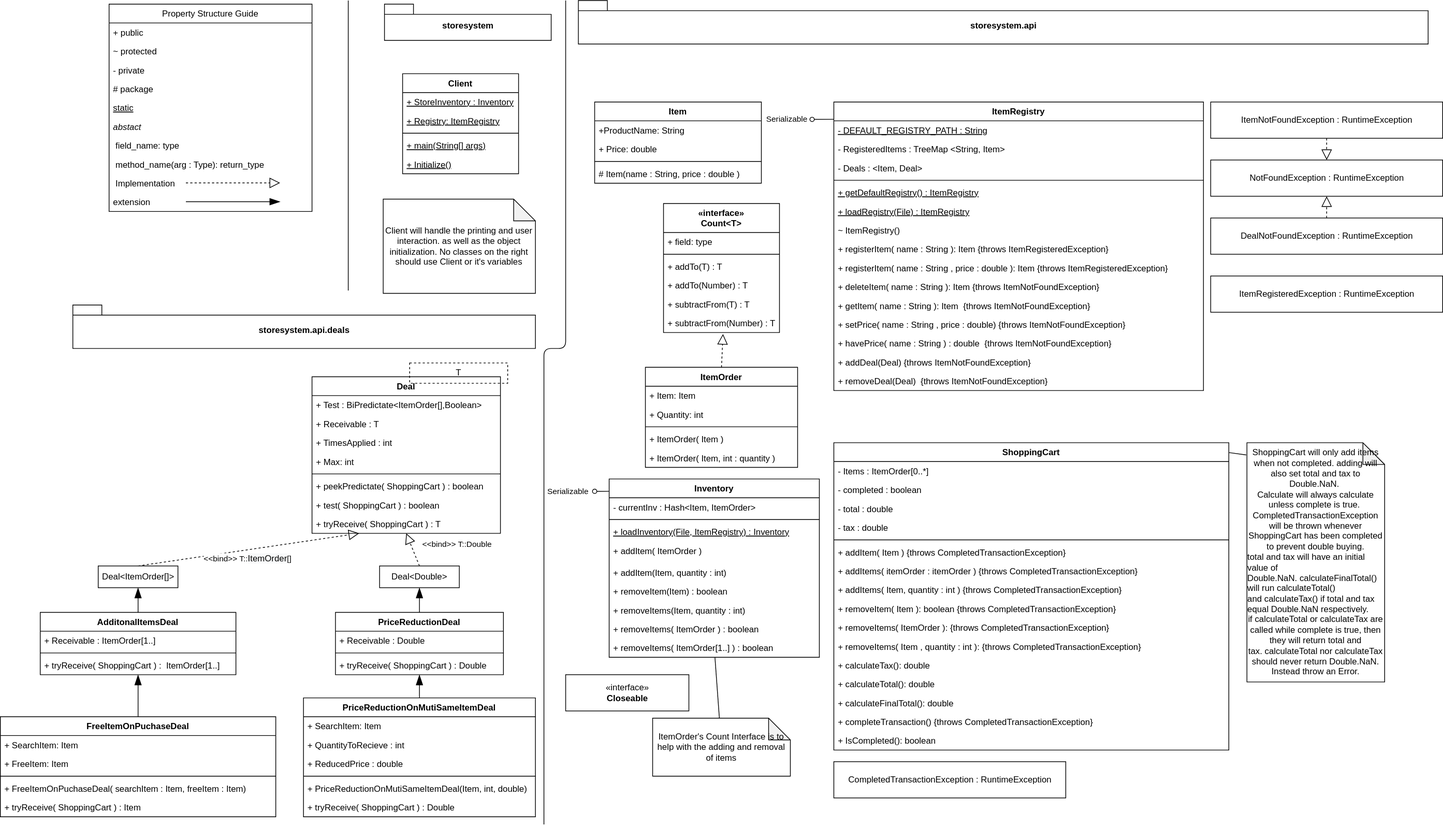
merlin2v/StoreSystem keeps this draw.io diagram as Diagram.svg. Above is the earlier version. Source tidied: cells renumbered, new cells last; positions are measured from the earlier drawing's top-left corner, leaving out a move shared by most shapes.
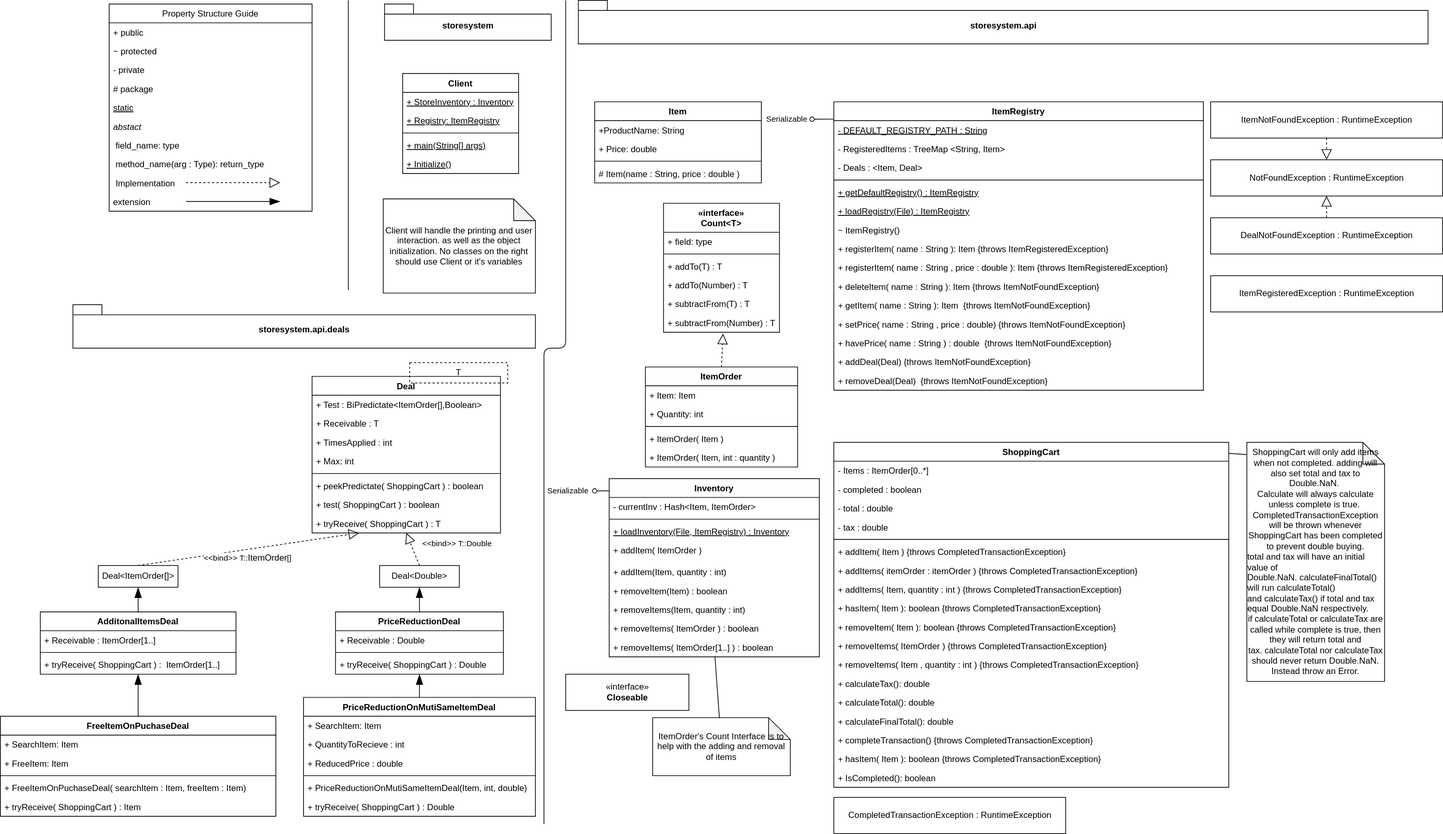
After the change.

The edit, as a diff of the source:
```diff
@@ -36,7 +36,7 @@
       <mxGeometry y="112" width="210" height="26" as="geometry" />
     </mxCell>
     <mxCell id="13" value="ShoppingCart" style="swimlane;fontStyle=1;align=center;verticalAlign=top;horizontal=1;startSize=26;fontFamily=Helvetica;" parent="1" vertex="1">
-      <mxGeometry x="1150" y="610" width="545" height="424" as="geometry" />
+      <mxGeometry x="1150" y="610" width="545" height="476" as="geometry" />
     </mxCell>
     <mxCell id="14" value="- Items : ItemOrder[0..*]" style="font-family=monospace;text;strokeColor=none;fillColor=none;align=left;verticalAlign=top;spacingLeft=4;spacingRight=4;overflow=hidden;fontFamily=Helvetica;" parent="13" vertex="1">
       <mxGeometry y="26" width="545" height="26" as="geometry" />
@@ -62,29 +62,35 @@
     <mxCell id="21" value="+ addItems( Item, quantity : int ) {throws CompletedTransactionException}" style="text;strokeColor=none;fillColor=none;align=left;verticalAlign=top;spacingLeft=4;spacingRight=4;overflow=hidden;fontFamily=Helvetica;" parent="13" vertex="1">
       <mxGeometry y="190" width="545" height="26" as="geometry" />
     </mxCell>
-    <mxCell id="22" value="+ removeItem( Item ): boolean {throws CompletedTransactionException}" style="text;strokeColor=none;fillColor=none;align=left;verticalAlign=top;spacingLeft=4;spacingRight=4;overflow=hidden;startSize=26;" parent="13" vertex="1">
+    <mxCell id="22" value="+ hasItem( Item ): boolean {throws CompletedTransactionException}" style="text;strokeColor=none;fillColor=none;align=left;verticalAlign=top;spacingLeft=4;spacingRight=4;overflow=hidden;startSize=26;" parent="13" vertex="1">
       <mxGeometry y="216" width="545" height="26" as="geometry" />
     </mxCell>
+    <mxCell id="145" value="+ removeItem( Item ): boolean {throws CompletedTransactionException}" style="text;strokeColor=none;fillColor=none;align=left;verticalAlign=top;spacingLeft=4;spacingRight=4;overflow=hidden;startSize=26;" parent="13" vertex="1">
+      <mxGeometry y="242" width="545" height="26" as="geometry" />
+    </mxCell>
-    <mxCell id="23" value="+ removeItems( ItemOrder ): {throws CompletedTransactionException}" style="text;strokeColor=none;fillColor=none;align=left;verticalAlign=top;spacingLeft=4;spacingRight=4;overflow=hidden;startSize=26;" parent="13" vertex="1">
-      <mxGeometry y="242" width="545" height="26" as="geometry" />
+    <mxCell id="23" value="+ removeItems( ItemOrder ) {throws CompletedTransactionException}" style="text;strokeColor=none;fillColor=none;align=left;verticalAlign=top;spacingLeft=4;spacingRight=4;overflow=hidden;startSize=26;" parent="13" vertex="1">
+      <mxGeometry y="268" width="545" height="26" as="geometry" />
     </mxCell>
-    <mxCell id="24" value="+ removeItems( Item , quantity : int ): {throws CompletedTransactionException}" style="text;strokeColor=none;fillColor=none;align=left;verticalAlign=top;spacingLeft=4;spacingRight=4;overflow=hidden;startSize=26;" parent="13" vertex="1">
-      <mxGeometry y="268" width="545" height="26" as="geometry" />
+    <mxCell id="24" value="+ removeItems( Item , quantity : int ) {throws CompletedTransactionException}" style="text;strokeColor=none;fillColor=none;align=left;verticalAlign=top;spacingLeft=4;spacingRight=4;overflow=hidden;startSize=26;" parent="13" vertex="1">
+      <mxGeometry y="294" width="545" height="26" as="geometry" />
     </mxCell>
     <mxCell id="25" value="+ calculateTax(): double" style="text;strokeColor=none;fillColor=none;align=left;verticalAlign=top;spacingLeft=4;spacingRight=4;overflow=hidden;startSize=26;" parent="13" vertex="1">
-      <mxGeometry y="294" width="545" height="26" as="geometry" />
+      <mxGeometry y="320" width="545" height="26" as="geometry" />
     </mxCell>
     <mxCell id="26" value="+ calculateTotal(): double" style="text;strokeColor=none;fillColor=none;align=left;verticalAlign=top;spacingLeft=4;spacingRight=4;overflow=hidden;startSize=26;" parent="13" vertex="1">
-      <mxGeometry y="320" width="545" height="26" as="geometry" />
+      <mxGeometry y="346" width="545" height="26" as="geometry" />
     </mxCell>
     <mxCell id="27" value="+ calculateFinalTotal(): double" style="text;strokeColor=none;fillColor=none;align=left;verticalAlign=top;spacingLeft=4;spacingRight=4;overflow=hidden;startSize=26;" parent="13" vertex="1">
-      <mxGeometry y="346" width="545" height="26" as="geometry" />
+      <mxGeometry y="372" width="545" height="26" as="geometry" />
     </mxCell>
     <mxCell id="28" value="+ completeTransaction() {throws CompletedTransactionException}" style="text;strokeColor=none;fillColor=none;align=left;verticalAlign=top;spacingLeft=4;spacingRight=4;overflow=hidden;startSize=26;" parent="13" vertex="1">
-      <mxGeometry y="372" width="545" height="26" as="geometry" />
+      <mxGeometry y="398" width="545" height="26" as="geometry" />
     </mxCell>
+    <mxCell id="146" value="+ hasItem( Item ): boolean {throws CompletedTransactionException}" style="text;strokeColor=none;fillColor=none;align=left;verticalAlign=top;spacingLeft=4;spacingRight=4;overflow=hidden;startSize=26;" parent="13" vertex="1">
+      <mxGeometry y="424" width="545" height="26" as="geometry" />
+    </mxCell>
     <mxCell id="29" value="+ IsCompleted(): boolean" style="text;strokeColor=none;fillColor=none;align=left;verticalAlign=top;spacingLeft=4;spacingRight=4;overflow=hidden;startSize=26;" parent="13" vertex="1">
-      <mxGeometry y="398" width="545" height="26" as="geometry" />
+      <mxGeometry y="450" width="545" height="26" as="geometry" />
     </mxCell>
     <mxCell id="30" value="ItemRegistry" style="swimlane;fontStyle=1;align=center;verticalAlign=top;horizontal=1;startSize=26;fillColor=none;gradientColor=none;fontFamily=Helvetica;" parent="1" vertex="1">
       <mxGeometry x="1150" y="140" width="510" height="398" as="geometry" />
@@ -165,7 +171,7 @@
       <mxGeometry x="1670" y="300" width="320" height="50" as="geometry" />
     </mxCell>
     <mxCell id="56" value="CompletedTransactionException : RuntimeException" style="html=1;startSize=26;strokeColor=#000000;fillColor=none;" parent="1" vertex="1">
-      <mxGeometry x="1150" y="1050" width="320" height="50" as="geometry" />
+      <mxGeometry x="1150" y="1100" width="320" height="50" as="geometry" />
     </mxCell>
     <mxCell id="57" value="ShoppingCart will only add items when not completed. adding will also set total and tax to Double.NaN.&amp;nbsp;&lt;br&gt;Calculate will always calculate unless complete is true.&amp;nbsp;&lt;br&gt;&lt;span&gt;CompletedTransactionException will be thrown whenever ShoppingCart has been completed to prevent double buying.&lt;br&gt;&lt;div style=&quot;text-align: left&quot;&gt;&lt;span&gt;total and tax will have an initial value of Double.NaN.&amp;nbsp;&lt;/span&gt;&lt;span style=&quot;text-align: left&quot;&gt;calculateFinalTotal() will run&amp;nbsp;&lt;/span&gt;&lt;span style=&quot;text-align: left&quot;&gt;calculateTotal() and&lt;/span&gt;&lt;span style=&quot;text-align: left&quot;&gt;&amp;nbsp;calculateTax() if total and tax equal Double.NaN&amp;nbsp;respectively.&amp;nbsp;&lt;/span&gt;&lt;/div&gt;&lt;/span&gt;&lt;span&gt;if calculateTotal or calculateTax are called while complete is true, then they will return total and tax.&amp;nbsp;&lt;/span&gt;calculateTotal nor calculateTax should never return Double.NaN. Instead throw an Error.&lt;span&gt;&lt;br&gt;&lt;/span&gt;" style="shape=note;whiteSpace=wrap;html=1;backgroundOutline=1;darkOpacity=0.05;startSize=26;fillColor=none;" parent="1" vertex="1">
       <mxGeometry x="1720" y="610" width="190" height="330" as="geometry" />
```
